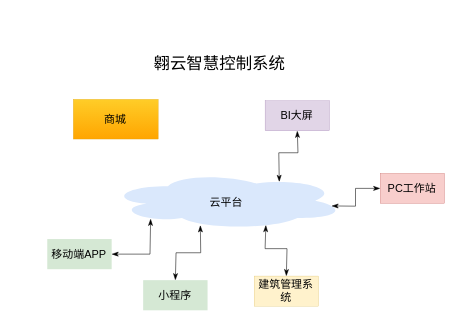
The draw.io diagram 翱云系统架构.drawio in JohnNash23/test, before the edit. Source tidied: cells renumbered, new cells numbered last; positions are measured from the earlier drawing's top-left corner, leaving out a move shared by most shapes. Both pictures are drawn from the tidied source at 137%, with x=0, y=0 at pixel (47, 44).
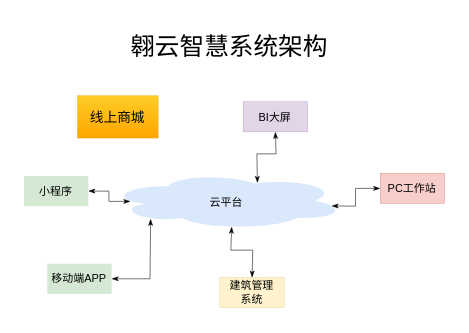
The same page after the edit.

Commit message (it also covers changes not shown here):
更新翱云系统架构.drawio

Unchanged cells that the change refers to:
```xml
<mxCell id="2" value="&lt;div&gt;&lt;font style=&quot;font-size: 8px&quot;&gt;云平台&lt;/font&gt;&lt;/div&gt;" style="ellipse;shape=cloud;whiteSpace=wrap;html=1;strokeWidth=0.2;fillColor=#dae8fc;strokeColor=none;" parent="1" vertex="1">
  <mxGeometry x="45" y="93" width="172" height="42" as="geometry" />
</mxCell>
```

The edit, as a diff of the source:
```diff
@@
-    <mxCell id="3" value="商城" style="rounded=0;whiteSpace=wrap;html=1;strokeWidth=0.2;fontSize=8;fillColor=#ffcd28;strokeColor=#d79b00;gradientColor=#ffa500;" parent="1" vertex="1">
-      <mxGeometry x="19" y="40" width="62" height="29" as="geometry" />
-    </mxCell>
-    <mxCell id="4" value="移动端APP" style="rounded=0;whiteSpace=wrap;html=1;strokeWidth=0.2;fontSize=8;fillColor=#d5e8d4;strokeColor=none;" parent="1" vertex="1">
-      <mxGeometry y="142" width="47" height="22" as="geometry" />
-    </mxCell>
-    <mxCell id="5" value="建筑管理系统" style="rounded=0;whiteSpace=wrap;html=1;strokeWidth=0.2;fontSize=8;fillColor=#fff2cc;strokeColor=#d6b656;" parent="1" vertex="1">
-      <mxGeometry x="151" y="169" width="47" height="22" as="geometry" />
+    <mxCell id="5" value="&lt;div&gt;建筑管理&lt;/div&gt;&lt;div&gt;系统&lt;/div&gt;" style="rounded=0;whiteSpace=wrap;html=1;strokeWidth=0.2;fontSize=8;fillColor=#fff2cc;strokeColor=#d6b656;" parent="1" vertex="1">
+      <mxGeometry x="126" y="170.1" width="47" height="22" as="geometry" />
     </mxCell>
@@
-    <mxCell id="7" value="小程序" style="rounded=0;whiteSpace=wrap;html=1;strokeWidth=0.2;fontSize=8;fillColor=#d5e8d4;strokeColor=none;" parent="1" vertex="1">
-      <mxGeometry x="70" y="172" width="47" height="22" as="geometry" />
-    </mxCell>
     <mxCell id="8" value="BI大屏" style="rounded=0;whiteSpace=wrap;html=1;strokeWidth=0.2;fontSize=8;fillColor=#e1d5e7;strokeColor=#9673a6;" parent="1" vertex="1">
-      <mxGeometry x="159" y="41" width="47" height="22" as="geometry" />
+      <mxGeometry x="143" y="41.8" width="47" height="22" as="geometry" />
     </mxCell>
-    <mxCell id="9" style="endArrow=classicThin;html=1;rounded=0;fontSize=8;exitX=0.5;exitY=0;exitDx=0;exitDy=0;entryX=0.388;entryY=0.928;entryDx=0;entryDy=0;entryPerimeter=0;startArrow=classicThin;startFill=1;endFill=1;strokeWidth=0.4;endSize=4;startSize=4;" parent="1" edge="1" source="7" target="2">
-      <mxGeometry relative="1" as="geometry">
-        <Array as="points">
-          <mxPoint x="94" y="152" />
-          <mxPoint x="112" y="152" />
-        </Array>
-      </mxGeometry>
-    </mxCell>
-    <mxCell id="10" value="&lt;div&gt;翱云智慧控制系统&lt;/div&gt;" style="text;whiteSpace=wrap;html=1;" parent="1" vertex="1">
-      <mxGeometry x="76" width="120" height="20" as="geometry" />
+    <mxCell id="10" value="&lt;div&gt;&lt;font style=&quot;font-size: 18px&quot;&gt;翱云智慧系统架构&lt;/font&gt;&lt;/div&gt;" style="text;whiteSpace=wrap;html=1;" parent="1" vertex="1">
+      <mxGeometry x="59" y="-15" width="173" height="20" as="geometry" />
     </mxCell>
     <mxCell id="11" style="endArrow=classicThin;html=1;rounded=0;fontSize=8;exitX=1;exitY=0.5;exitDx=0;exitDy=0;entryX=0.177;entryY=0.816;entryDx=0;entryDy=0;entryPerimeter=0;startArrow=classicThin;startFill=1;endFill=1;strokeWidth=0.4;endSize=4;startSize=4;" parent="1" edge="1" source="4" target="2">
       <mxGeometry relative="1" as="geometry">
         <Array as="points">
-          <mxPoint x="75" y="153" />
+          <mxPoint x="75" y="171" />
         </Array>
       </mxGeometry>
     </mxCell>
-    <mxCell id="12" style="endArrow=classicThin;html=1;rounded=0;fontSize=8;exitX=0.5;exitY=0;exitDx=0;exitDy=0;entryX=0.666;entryY=0.925;entryDx=0;entryDy=0;entryPerimeter=0;startArrow=classicThin;startFill=1;endFill=1;strokeWidth=0.4;endSize=4;startSize=4;" parent="1" edge="1" source="5" target="2">
+    <mxCell id="12" style="endArrow=classicThin;html=1;rounded=0;fontSize=8;exitX=0.5;exitY=0;exitDx=0;exitDy=0;entryX=0.666;entryY=0.925;entryDx=0;entryDy=0;entryPerimeter=0;startArrow=classicThin;startFill=1;endFill=1;strokeWidth=0.4;endSize=4;startSize=4;" parent="1" edge="1" source="5">
       <mxGeometry relative="1" as="geometry">
+        <mxPoint x="134.6" y="133" as="targetPoint" />
         <Array as="points">
-          <mxPoint x="175" y="149" />
-          <mxPoint x="159" y="149" />
+          <mxPoint x="150" y="150.1" />
+          <mxPoint x="134" y="150.1" />
         </Array>
       </mxGeometry>
     </mxCell>
@@
-    <mxCell id="14" style="endArrow=classicThin;html=1;rounded=0;fontSize=8;exitX=0.723;exitY=0.171;exitDx=0;exitDy=0;entryX=0.5;entryY=1;entryDx=0;entryDy=0;startArrow=classicThin;startFill=1;endFill=1;strokeWidth=0.4;endSize=4;startSize=4;exitPerimeter=0;" parent="1" edge="1" source="2" target="8">
+    <mxCell id="14" style="endArrow=classicThin;html=1;rounded=0;fontSize=8;exitX=0.723;exitY=0.171;exitDx=0;exitDy=0;entryX=0.5;entryY=1;entryDx=0;entryDy=0;startArrow=classicThin;startFill=1;endFill=1;strokeWidth=0.4;endSize=4;startSize=4;exitPerimeter=0;" parent="1" edge="1" target="8">
       <mxGeometry relative="1" as="geometry">
+        <mxPoint x="153.4" y="101" as="sourcePoint" />
         <Array as="points">
-          <mxPoint x="169" y="79" />
-          <mxPoint x="183" y="79" />
+          <mxPoint x="153" y="79.8" />
+          <mxPoint x="167" y="79.8" />
         </Array>
       </mxGeometry>
     </mxCell>
+    <mxCell id="4" value="移动端APP" style="rounded=0;whiteSpace=wrap;html=1;strokeWidth=0.2;fontSize=8;fillColor=#d5e8d4;strokeColor=none;" parent="1" vertex="1">
+      <mxGeometry y="160" width="47" height="22" as="geometry" />
+    </mxCell>
+    <mxCell id="9" style="edgeStyle=orthogonalEdgeStyle;rounded=0;jettySize=auto;html=1;exitX=1;exitY=0.5;exitDx=0;exitDy=0;entryX=0.091;entryY=0.512;entryDx=0;entryDy=0;entryPerimeter=0;fontSize=8;endArrow=classicThin;startArrow=classicThin;startFill=1;endFill=1;strokeWidth=0.4;endSize=4;startSize=4;" parent="1" edge="1" source="7" target="2">
+      <mxGeometry relative="1" as="geometry">
+        <Array as="points">
+          <mxPoint x="45" y="107" />
+          <mxPoint x="45" y="115" />
+        </Array>
+      </mxGeometry>
+    </mxCell>
+    <mxCell id="7" value="小程序" style="rounded=0;whiteSpace=wrap;html=1;strokeWidth=0.2;fontSize=8;fillColor=#d5e8d4;strokeColor=none;" parent="1" vertex="1">
+      <mxGeometry x="-17" y="96" width="47" height="22" as="geometry" />
+    </mxCell>
+    <mxCell id="15" value="&lt;font style=&quot;font-size: 10px&quot;&gt;线上商城&lt;/font&gt;" style="rounded=0;whiteSpace=wrap;html=1;strokeWidth=0.2;fontSize=8;fillColor=#ffcd28;strokeColor=#d79b00;gradientColor=#ffa500;" parent="1" vertex="1">
+      <mxGeometry x="22" y="37.3" width="59" height="31" as="geometry" />
+    </mxCell>
```
